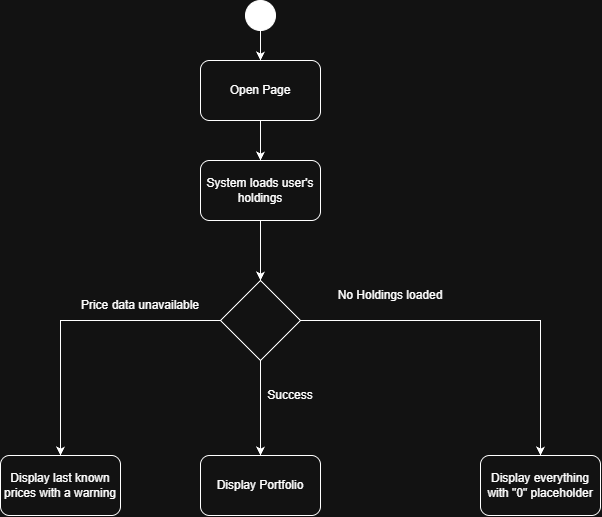
This is docs/diagrams/UC-01-activity.png from justusbruegmann/2TheMoon, a draw.io export, as it was before one commit. Source tidied: cells renumbered, new cells last; positions are measured from the earlier drawing's top-left corner, leaving out a move shared by most shapes. Source of this version:
```xml
<mxGraphModel>
  <root>
    <mxCell id="0" />
    <mxCell id="1" parent="0" />
    <mxCell id="2" style="edgeStyle=orthogonalEdgeStyle;rounded=0;jettySize=auto;html=1;exitX=0.5;exitY=1;exitDx=0;exitDy=0;entryX=0.5;entryY=0;entryDx=0;entryDy=0;defaultLabelBackgroundColor=gap;" parent="1" edge="1" source="3" target="7">
      <mxGeometry relative="1" as="geometry" />
    </mxCell>
    <mxCell id="3" value="Open Page" style="rounded=1;whiteSpace=wrap;html=1;roundedPerimeter=1;" parent="1" vertex="1">
      <mxGeometry x="200" y="60" width="120" height="60" as="geometry" />
    </mxCell>
    <mxCell id="4" style="edgeStyle=orthogonalEdgeStyle;rounded=0;jettySize=auto;html=1;exitX=0.5;exitY=1;exitDx=0;exitDy=0;entryX=0.5;entryY=0;entryDx=0;entryDy=0;defaultLabelBackgroundColor=gap;" parent="1" edge="1" source="5" target="3">
      <mxGeometry relative="1" as="geometry" />
    </mxCell>
    <mxCell id="5" style="ellipse;whiteSpace=wrap;html=1;shapeInside=1;fillColor=light-dark(#000000,#FFFFFF);fillStyle=solid;" parent="1" vertex="1">
      <mxGeometry x="245" width="30" height="30" as="geometry" />
    </mxCell>
    <mxCell id="6" style="edgeStyle=orthogonalEdgeStyle;rounded=0;jettySize=auto;html=1;exitX=0.5;exitY=1;exitDx=0;exitDy=0;defaultLabelBackgroundColor=gap;" parent="1" edge="1" source="7" target="11">
      <mxGeometry relative="1" as="geometry" />
    </mxCell>
    <mxCell id="7" value="System loads user's holdings" style="rounded=1;whiteSpace=wrap;html=1;roundedPerimeter=1;" parent="1" vertex="1">
      <mxGeometry x="200" y="160" width="120" height="60" as="geometry" />
    </mxCell>
    <mxCell id="8" style="edgeStyle=orthogonalEdgeStyle;rounded=0;jettySize=auto;html=1;exitX=0.5;exitY=1;exitDx=0;exitDy=0;entryX=0.5;entryY=0;entryDx=0;entryDy=0;defaultLabelBackgroundColor=gap;" parent="1" edge="1" source="11" target="12">
      <mxGeometry relative="1" as="geometry" />
    </mxCell>
    <mxCell id="9" style="edgeStyle=orthogonalEdgeStyle;rounded=0;jettySize=auto;html=1;exitX=1;exitY=0.5;exitDx=0;exitDy=0;defaultLabelBackgroundColor=gap;" parent="1" edge="1" source="11" target="14">
      <mxGeometry relative="1" as="geometry" />
    </mxCell>
    <mxCell id="10" style="edgeStyle=orthogonalEdgeStyle;rounded=0;jettySize=auto;html=1;exitX=0;exitY=0.5;exitDx=0;exitDy=0;entryX=0.5;entryY=0;entryDx=0;entryDy=0;defaultLabelBackgroundColor=gap;" parent="1" edge="1" source="11" target="16">
      <mxGeometry relative="1" as="geometry" />
    </mxCell>
    <mxCell id="11" style="rhombus;whiteSpace=wrap;html=1;shapeInside=1;" parent="1" vertex="1">
      <mxGeometry x="220" y="280" width="80" height="80" as="geometry" />
    </mxCell>
    <mxCell id="12" value="Display Portfolio" style="rounded=1;whiteSpace=wrap;html=1;roundedPerimeter=1;" parent="1" vertex="1">
      <mxGeometry x="200" y="455" width="120" height="60" as="geometry" />
    </mxCell>
    <mxCell id="13" value="Success" style="text;html=1;whiteSpace=wrap;strokeColor=none;fillColor=none;align=center;verticalAlign=middle;rounded=0;" parent="1" vertex="1">
      <mxGeometry x="260" y="380" width="60" height="30" as="geometry" />
    </mxCell>
    <mxCell id="14" value="Display everything with &quot;0&quot; placeholder" style="rounded=1;whiteSpace=wrap;html=1;roundedPerimeter=1;" parent="1" vertex="1">
      <mxGeometry x="480" y="455" width="120" height="60" as="geometry" />
    </mxCell>
    <mxCell id="15" value="No Holdings loaded" style="text;html=1;whiteSpace=wrap;strokeColor=none;fillColor=none;align=center;verticalAlign=middle;rounded=0;" parent="1" vertex="1">
      <mxGeometry x="330" y="280" width="120" height="30" as="geometry" />
    </mxCell>
    <mxCell id="16" value="Display last known prices with a warning" style="rounded=1;whiteSpace=wrap;html=1;roundedPerimeter=1;" parent="1" vertex="1">
      <mxGeometry y="455" width="120" height="60" as="geometry" />
    </mxCell>
    <mxCell id="17" value="Price data unavailable" style="text;html=1;whiteSpace=wrap;strokeColor=none;fillColor=none;align=center;verticalAlign=middle;rounded=0;" parent="1" vertex="1">
      <mxGeometry x="60" y="290" width="160" height="30" as="geometry" />
    </mxCell>
  </root>
</mxGraphModel>
```
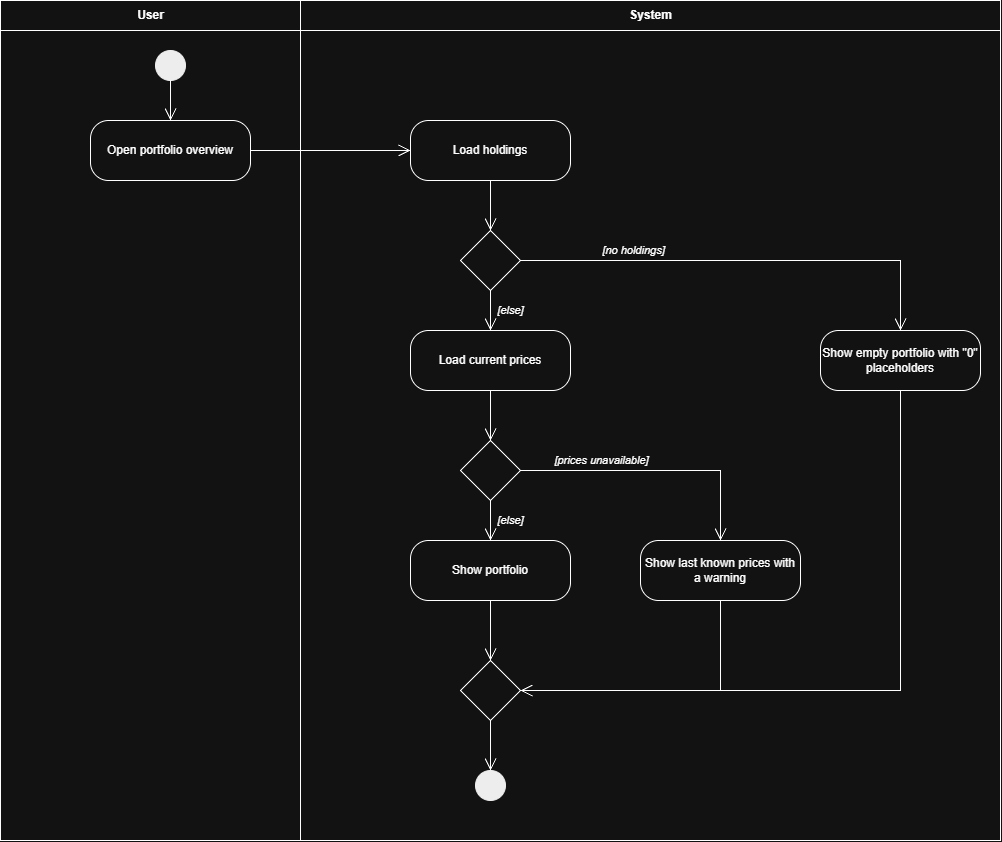
After the change.

What changed in the source:
```diff
@@ -2,53 +2,88 @@
   <root>
     <mxCell id="0" />
     <mxCell id="1" parent="0" />
-    <mxCell id="2" style="edgeStyle=orthogonalEdgeStyle;rounded=0;jettySize=auto;html=1;exitX=0.5;exitY=1;exitDx=0;exitDy=0;entryX=0.5;entryY=0;entryDx=0;entryDy=0;defaultLabelBackgroundColor=gap;" parent="1" edge="1" source="3" target="7">
-      <mxGeometry relative="1" as="geometry" />
-    </mxCell>
-    <mxCell id="3" value="Open Page" style="rounded=1;whiteSpace=wrap;html=1;roundedPerimeter=1;" parent="1" vertex="1">
-      <mxGeometry x="200" y="60" width="120" height="60" as="geometry" />
-    </mxCell>
-    <mxCell id="4" style="edgeStyle=orthogonalEdgeStyle;rounded=0;jettySize=auto;html=1;exitX=0.5;exitY=1;exitDx=0;exitDy=0;entryX=0.5;entryY=0;entryDx=0;entryDy=0;defaultLabelBackgroundColor=gap;" parent="1" edge="1" source="5" target="3">
-      <mxGeometry relative="1" as="geometry" />
-    </mxCell>
-    <mxCell id="5" style="ellipse;whiteSpace=wrap;html=1;shapeInside=1;fillColor=light-dark(#000000,#FFFFFF);fillStyle=solid;" parent="1" vertex="1">
-      <mxGeometry x="245" width="30" height="30" as="geometry" />
-    </mxCell>
-    <mxCell id="6" style="edgeStyle=orthogonalEdgeStyle;rounded=0;jettySize=auto;html=1;exitX=0.5;exitY=1;exitDx=0;exitDy=0;defaultLabelBackgroundColor=gap;" parent="1" edge="1" source="7" target="11">
-      <mxGeometry relative="1" as="geometry" />
-    </mxCell>
-    <mxCell id="7" value="System loads user's holdings" style="rounded=1;whiteSpace=wrap;html=1;roundedPerimeter=1;" parent="1" vertex="1">
-      <mxGeometry x="200" y="160" width="120" height="60" as="geometry" />
-    </mxCell>
-    <mxCell id="8" style="edgeStyle=orthogonalEdgeStyle;rounded=0;jettySize=auto;html=1;exitX=0.5;exitY=1;exitDx=0;exitDy=0;entryX=0.5;entryY=0;entryDx=0;entryDy=0;defaultLabelBackgroundColor=gap;" parent="1" edge="1" source="11" target="12">
-      <mxGeometry relative="1" as="geometry" />
-    </mxCell>
-    <mxCell id="9" style="edgeStyle=orthogonalEdgeStyle;rounded=0;jettySize=auto;html=1;exitX=1;exitY=0.5;exitDx=0;exitDy=0;defaultLabelBackgroundColor=gap;" parent="1" edge="1" source="11" target="14">
-      <mxGeometry relative="1" as="geometry" />
-    </mxCell>
-    <mxCell id="10" style="edgeStyle=orthogonalEdgeStyle;rounded=0;jettySize=auto;html=1;exitX=0;exitY=0.5;exitDx=0;exitDy=0;entryX=0.5;entryY=0;entryDx=0;entryDy=0;defaultLabelBackgroundColor=gap;" parent="1" edge="1" source="11" target="16">
-      <mxGeometry relative="1" as="geometry" />
-    </mxCell>
-    <mxCell id="11" style="rhombus;whiteSpace=wrap;html=1;shapeInside=1;" parent="1" vertex="1">
-      <mxGeometry x="220" y="280" width="80" height="80" as="geometry" />
-    </mxCell>
-    <mxCell id="12" value="Display Portfolio" style="rounded=1;whiteSpace=wrap;html=1;roundedPerimeter=1;" parent="1" vertex="1">
-      <mxGeometry x="200" y="455" width="120" height="60" as="geometry" />
-    </mxCell>
-    <mxCell id="13" value="Success" style="text;html=1;whiteSpace=wrap;strokeColor=none;fillColor=none;align=center;verticalAlign=middle;rounded=0;" parent="1" vertex="1">
-      <mxGeometry x="260" y="380" width="60" height="30" as="geometry" />
-    </mxCell>
-    <mxCell id="14" value="Display everything with &quot;0&quot; placeholder" style="rounded=1;whiteSpace=wrap;html=1;roundedPerimeter=1;" parent="1" vertex="1">
-      <mxGeometry x="480" y="455" width="120" height="60" as="geometry" />
-    </mxCell>
-    <mxCell id="15" value="No Holdings loaded" style="text;html=1;whiteSpace=wrap;strokeColor=none;fillColor=none;align=center;verticalAlign=middle;rounded=0;" parent="1" vertex="1">
-      <mxGeometry x="330" y="280" width="120" height="30" as="geometry" />
-    </mxCell>
-    <mxCell id="16" value="Display last known prices with a warning" style="rounded=1;whiteSpace=wrap;html=1;roundedPerimeter=1;" parent="1" vertex="1">
-      <mxGeometry y="455" width="120" height="60" as="geometry" />
-    </mxCell>
-    <mxCell id="17" value="Price data unavailable" style="text;html=1;whiteSpace=wrap;strokeColor=none;fillColor=none;align=center;verticalAlign=middle;rounded=0;" parent="1" vertex="1">
-      <mxGeometry x="60" y="290" width="160" height="30" as="geometry" />
-    </mxCell>
+    <mxCell id="18" value="User" style="swimlane;startSize=30;html=1;fillColor=none;" parent="1" vertex="1">
+      <mxGeometry x="-100" y="-100" width="300" height="840" as="geometry" />
+    </mxCell>
+    <mxCell id="19" value="System" style="swimlane;startSize=30;html=1;fillColor=none;" parent="1" vertex="1">
+      <mxGeometry x="200" y="-100" width="700" height="840" as="geometry" />
+    </mxCell>
+    <mxCell id="20" style="ellipse;html=1;fillColor=#000000;strokeColor=#000000;" parent="1" vertex="1">
+      <mxGeometry x="55" y="-50" width="30" height="30" as="geometry" />
+    </mxCell>
+    <mxCell id="21" value="Open portfolio overview" style="rounded=1;whiteSpace=wrap;html=1;arcSize=30;" parent="1" vertex="1">
+      <mxGeometry x="-10" y="20" width="160" height="60" as="geometry" />
+    </mxCell>
+    <mxCell id="22" value="Load holdings" style="rounded=1;whiteSpace=wrap;html=1;arcSize=30;" parent="1" vertex="1">
+      <mxGeometry x="310" y="20" width="160" height="60" as="geometry" />
+    </mxCell>
+    <mxCell id="23" style="rhombus;whiteSpace=wrap;html=1;" parent="1" vertex="1">
+      <mxGeometry x="360" y="130" width="60" height="60" as="geometry" />
+    </mxCell>
+    <mxCell id="24" value="Show empty portfolio with &quot;0&quot; placeholders" style="rounded=1;whiteSpace=wrap;html=1;arcSize=30;" parent="1" vertex="1">
+      <mxGeometry x="720" y="230" width="160" height="60" as="geometry" />
+    </mxCell>
+    <mxCell id="25" value="Load current prices" style="rounded=1;whiteSpace=wrap;html=1;arcSize=30;" parent="1" vertex="1">
+      <mxGeometry x="310" y="230" width="160" height="60" as="geometry" />
+    </mxCell>
+    <mxCell id="26" style="rhombus;whiteSpace=wrap;html=1;" parent="1" vertex="1">
+      <mxGeometry x="360" y="340" width="60" height="60" as="geometry" />
+    </mxCell>
+    <mxCell id="27" value="Show last known prices with a warning" style="rounded=1;whiteSpace=wrap;html=1;arcSize=30;" parent="1" vertex="1">
+      <mxGeometry x="540" y="440" width="160" height="60" as="geometry" />
+    </mxCell>
+    <mxCell id="28" value="Show portfolio" style="rounded=1;whiteSpace=wrap;html=1;arcSize=30;" parent="1" vertex="1">
+      <mxGeometry x="310" y="440" width="160" height="60" as="geometry" />
+    </mxCell>
+    <mxCell id="29" style="rhombus;whiteSpace=wrap;html=1;" parent="1" vertex="1">
+      <mxGeometry x="360" y="560" width="60" height="60" as="geometry" />
+    </mxCell>
+    <mxCell id="30" style="ellipse;html=1;shape=doubleEllipse;fillColor=#000000;strokeColor=#000000;strokeWidth=1;margin=6;" parent="1" vertex="1">
+      <mxGeometry x="375" y="670" width="30" height="30" as="geometry" />
+    </mxCell>
+    <mxCell id="31" style="edgeStyle=orthogonalEdgeStyle;rounded=0;html=1;endArrow=open;endSize=10;" parent="1" edge="1" source="20" target="21">
+      <mxGeometry relative="1" as="geometry" />
+    </mxCell>
+    <mxCell id="32" style="edgeStyle=orthogonalEdgeStyle;rounded=0;html=1;endArrow=open;endSize=10;" parent="1" edge="1" source="21" target="22">
+      <mxGeometry relative="1" as="geometry" />
+    </mxCell>
+    <mxCell id="33" style="edgeStyle=orthogonalEdgeStyle;rounded=0;html=1;endArrow=open;endSize=10;" parent="1" edge="1" source="22" target="23">
+      <mxGeometry relative="1" as="geometry" />
+    </mxCell>
+    <mxCell id="34" value="[no holdings]" style="edgeStyle=orthogonalEdgeStyle;rounded=0;html=1;endArrow=open;endSize=10;exitX=1;exitY=0.5;exitDx=0;exitDy=0;entryX=0.5;entryY=0;entryDx=0;entryDy=0;fontStyle=2;labelBackgroundColor=#ffffff;" parent="1" edge="1" source="23" target="24">
+      <mxGeometry x="-0.5" relative="1" as="geometry">
+        <mxPoint y="-10" as="offset" />
+      </mxGeometry>
+    </mxCell>
+    <mxCell id="35" value="[else]" style="edgeStyle=orthogonalEdgeStyle;rounded=0;html=1;endArrow=open;endSize=10;exitX=0.5;exitY=1;exitDx=0;exitDy=0;fontStyle=2;labelBackgroundColor=#ffffff;" parent="1" edge="1" source="23" target="25">
+      <mxGeometry relative="1" as="geometry">
+        <mxPoint x="20" as="offset" />
+      </mxGeometry>
+    </mxCell>
+    <mxCell id="36" style="edgeStyle=orthogonalEdgeStyle;rounded=0;html=1;endArrow=open;endSize=10;" parent="1" edge="1" source="25" target="26">
+      <mxGeometry relative="1" as="geometry" />
+    </mxCell>
+    <mxCell id="37" value="[prices unavailable]" style="edgeStyle=orthogonalEdgeStyle;rounded=0;html=1;endArrow=open;endSize=10;exitX=1;exitY=0.5;exitDx=0;exitDy=0;entryX=0.5;entryY=0;entryDx=0;entryDy=0;fontStyle=2;labelBackgroundColor=#ffffff;" parent="1" edge="1" source="26" target="27">
+      <mxGeometry x="-0.4" relative="1" as="geometry">
+        <mxPoint y="-10" as="offset" />
+      </mxGeometry>
+    </mxCell>
+    <mxCell id="38" value="[else]" style="edgeStyle=orthogonalEdgeStyle;rounded=0;html=1;endArrow=open;endSize=10;exitX=0.5;exitY=1;exitDx=0;exitDy=0;fontStyle=2;labelBackgroundColor=#ffffff;" parent="1" edge="1" source="26" target="28">
+      <mxGeometry relative="1" as="geometry">
+        <mxPoint x="20" as="offset" />
+      </mxGeometry>
+    </mxCell>
+    <mxCell id="39" style="edgeStyle=orthogonalEdgeStyle;rounded=0;html=1;endArrow=open;endSize=10;" parent="1" edge="1" source="28" target="29">
+      <mxGeometry relative="1" as="geometry" />
+    </mxCell>
+    <mxCell id="40" style="edgeStyle=orthogonalEdgeStyle;rounded=0;html=1;endArrow=open;endSize=10;exitX=0.5;exitY=1;exitDx=0;exitDy=0;entryX=1;entryY=0.5;entryDx=0;entryDy=0;" parent="1" edge="1" source="27" target="29">
+      <mxGeometry relative="1" as="geometry" />
+    </mxCell>
+    <mxCell id="41" style="edgeStyle=orthogonalEdgeStyle;rounded=0;html=1;endArrow=open;endSize=10;exitX=0.5;exitY=1;exitDx=0;exitDy=0;entryX=1;entryY=0.5;entryDx=0;entryDy=0;" parent="1" edge="1" source="24" target="29">
+      <mxGeometry relative="1" as="geometry" />
+    </mxCell>
+    <mxCell id="42" style="edgeStyle=orthogonalEdgeStyle;rounded=0;html=1;endArrow=open;endSize=10;" parent="1" edge="1" source="29" target="30">
+      <mxGeometry relative="1" as="geometry" />
+    </mxCell>
   </root>
 </mxGraphModel>
```
